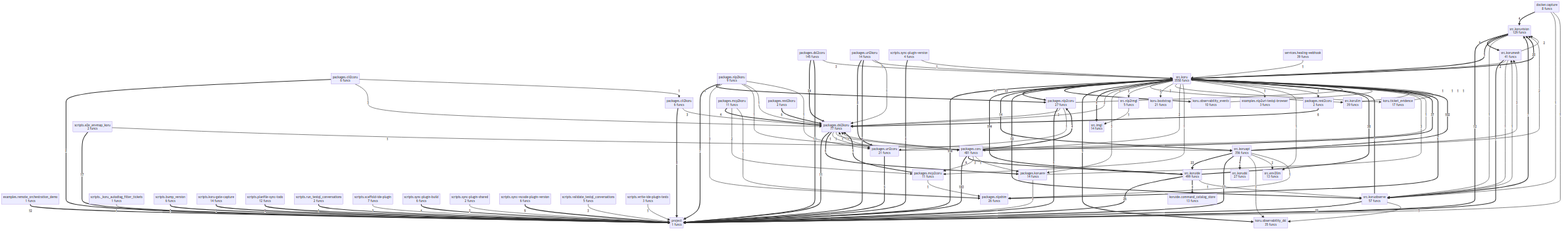
Above: project/compact_flow.png in semcod/koru (Mermaid), before the change. Its source is kept beside it as project/compact_flow.mmd.
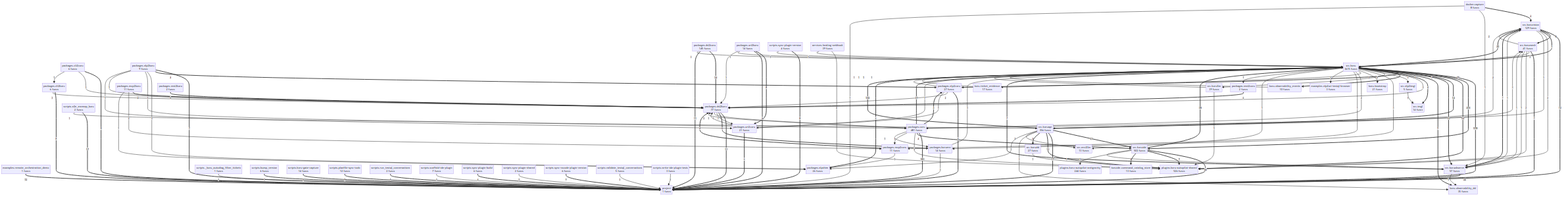
Later version of the same file.

What changed in the source:
```diff
@@ -22,6 +22,8 @@
     packages__rest2koru["packages.rest2koru<br/>2 funcs"]
     packages__uri2coru["packages.uri2coru<br/>21 funcs"]
     packages__uri2koru["packages.uri2koru<br/>14 funcs"]
+    plugins__koru_autopilot_antigravity["plugins.koru-autopilot-antigravity<br/>244 funcs"]
+    plugins__koru_autopilot_shared["plugins.koru-autopilot-shared<br/>526 funcs"]
     project["project<br/>1 funcs"]
     scripts___koru_autodiag_filter_tickets["scripts._koru_autodiag_filter_tickets<br/>1 funcs"]
     scripts__bump_version["scripts.bump_version<br/>6 funcs"]
@@ -39,36 +41,38 @@
     services__healing_webhook["services.healing-webhook<br/>39 funcs"]
     src__env2llm["src.env2llm<br/>13 funcs"]
     src__imgl["src.imgl<br/>14 funcs"]
-    src__koru["src.koru<br/>3558 funcs"]
+    src__koru["src.koru<br/>3615 funcs"]
     src__koruapi["src.koruapi<br/>356 funcs"]
     src__korudsl["src.korudsl<br/>27 funcs"]
-    src__koruide["src.koruide<br/>499 funcs"]
+    src__koruide["src.koruide<br/>502 funcs"]
     src__korullm["src.korullm<br/>39 funcs"]
     src__korumesh["src.korumesh<br/>41 funcs"]
     src__koruobserve["src.koruobserve<br/>57 funcs"]
     src__koruvision["src.koruvision<br/>129 funcs"]
     src__nlp2imgl["src.nlp2imgl<br/>5 funcs"]
-    src__koru ==>|558| project
-    src__koru ==>|194| src__koruide
+    src__koru ==>|598| project
+    src__koru ==>|203| src__koruide
     packages__coru ==>|183| project
     src__koruapi ==>|102| src__koru
+    src__koru ==>|54| plugins__koru_autopilot_shared
     src__koruide ==>|38| src__koru
     packages__coru ==>|37| src__koru
     packages__dsl2coru ==>|34| packages__dsl2koru
     src__koruide ==>|26| project
-    src__koru ==>|24| packages__nlp2coru
+    src__koru ==>|25| packages__nlp2coru
     src__koruapi ==>|23| src__koruide
     src__koruobserve ==>|22| project
     src__koru ==>|20| src__koruvision
     src__koruapi ==>|17| project
     scripts__e2e_envmap_koru ==>|17| project
     src__koru ==>|14| src__koruapi
-    src__koru ==>|13| koru__observability_events
+    src__koruapi ==>|13| plugins__koru_autopilot_shared
     examples__remote_orchestration_demo ==>|12| project
     src__koruvision ==>|12| project
     packages__dsl2koru ==>|11| project
     packages__dsl2coru ==>|11| project
     src__koru ==>|10| src__koruobserve
+    src__koruide ==>|9| plugins__koru_autopilot_shared
     src__koru ==>|9| koru__observability_dsl
     scripts__planfile_sync_todo ==>|9| project
     scripts__sync_vscode_plugin_version ==>|9| project
@@ -81,13 +85,13 @@
     src__koruobserve ==>|7| src__koru
     src__koruobserve ==>|7| src__koruvision
     src__korumesh ==>|7| project
+    src__koru ==>|7| koru__observability_events
     scripts__bump_version ==>|7| project
     packages__dsl2koru ==>|6| packages__koruenv
     packages__uri2coru ==>|6| project
     packages__nlpshim ==>|6| src__koru
     packages__uri2koru ==>|6| project
     packages__nlp2coru ==>|6| project
-    packages__coru ==>|6| src__koruide
     packages__rest2coru ==>|6| packages__dsl2koru
     packages__rest2koru ==>|6| packages__dsl2koru
     src__koruvision ==>|5| src__koru
@@ -95,36 +99,41 @@
     scripts__run_testql_conversations ==>|5| project
     packages__mcp2coru ==>|4| packages__dsl2koru
     packages__mcp2koru ==>|4| packages__dsl2koru
+    packages__coru ==>|4| src__koruide
     packages__coru ==>|4| packages__nlp2coru
     packages__nlp2koru ==>|4| packages__nlp2coru
+    src__koruapi ==>|4| src__korudsl
     src__koruide ==>|4| koruide__command_catalog_store
+    src__koru ==>|4| src__imgl
     docker__capture ==>|4| src__koruvision
     scripts__sync_plugin_build ==>|4| project
-    src__koruapi ==>|4| src__korudsl
-    src__koru ==>|4| src__imgl
     packages__koruenv -->|3| src__koru
     packages__koruenv -->|3| project
     packages__cli2koru -->|3| packages__dsl2koru
     packages__dsl2coru -->|3| src__koru
     packages__cli2coru -->|3| packages__dsl2koru
     packages__coru -->|3| packages__dsl2koru
+    packages__coru -->|3| plugins__koru_autopilot_shared
     packages__coru -->|3| packages__mcp2coru
     packages__nlp2koru -->|3| packages__nlpshim
     src__koruapi -->|3| src__korumesh
     src__koruapi -->|3| koru__observability_dsl
     src__koru -->|3| packages__dsl2koru
+    src__koru -->|3| src__korullm
+    src__koru -->|3| src__nlp2imgl
+    src__koru -->|3| packages__koruenv
     scripts__sync_plugin_shared -->|3| project
     scripts__scaffold_ide_plugin -->|3| project
     scripts__validate_testql_conversations -->|3| project
-    src__koru -->|3| packages__koruenv
-    src__koru -->|3| src__korullm
-    src__koru -->|3| src__nlp2imgl
     packages__mcp2koru -->|2| packages__mcp2coru
     packages__nlp2coru -->|2| packages__dsl2koru
+    services__healing_webhook -->|2| plugins__koru_autopilot_shared
     src__koruapi -->|2| src__env2llm
     src__koruapi -->|2| src__koruvision
+    src__koruvision -->|2| plugins__koru_autopilot_shared
     src__korumesh -->|2| src__koru
     src__korumesh -->|2| src__koruvision
+    src__korumesh -->|2| plugins__koru_autopilot_shared
     src__koru -->|2| koru__bootstrap
     src__koru -->|2| koru__ticket_evidence
     src__koru -->|2| packages__coru
@@ -139,16 +148,23 @@
     packages__uri2koru -->|1| packages__dsl2koru
     packages__nlp2coru -->|1| src__koru
     packages__nlp2coru -->|1| packages__uri2coru
+    packages__coru -->|1| packages__koruenv
     packages__nlp2koru -->|1| packages__coru
     packages__nlp2koru -->|1| packages__dsl2koru
     packages__nlp2koru -->|1| packages__uri2coru
     services__healing_webhook -->|1| src__koru
     src__koruobserve -->|1| src__korumesh
     src__koruobserve -->|1| koru__observability_dsl
+    src__korudsl -->|1| plugins__koru_autopilot_shared
     src__koruapi -->|1| packages__nlpshim
     src__korullm -->|1| src__koru
+    src__korullm -->|1| plugins__koru_autopilot_shared
+    src__koruvision -->|1| packages__coru
     src__koruvision -->|1| src__koruobserve
+    src__korumesh -->|1| src__koruobserve
     src__nlp2imgl -->|1| src__imgl
+    src__koruide -->|1| plugins__koru_autopilot_antigravity
+    src__koruide -->|1| src__koruobserve
     src__koru -->|1| packages__mcp2coru
     koru__ticket_evidence -->|1| src__koru
     koru__observability_events -->|1| src__koru
@@ -161,6 +177,3 @@
     scripts__sync_plugin_version -->|1| src__koru
     scripts___koru_autodiag_filter_tickets -->|1| project
     scripts__e2e_envmap_koru -->|1| src__koruapi
-    src__korumesh -->|1| src__koruobserve
-    src__koruide -->|1| src__koruobserve
-    packages__coru -->|1| packages__koruenv
```
